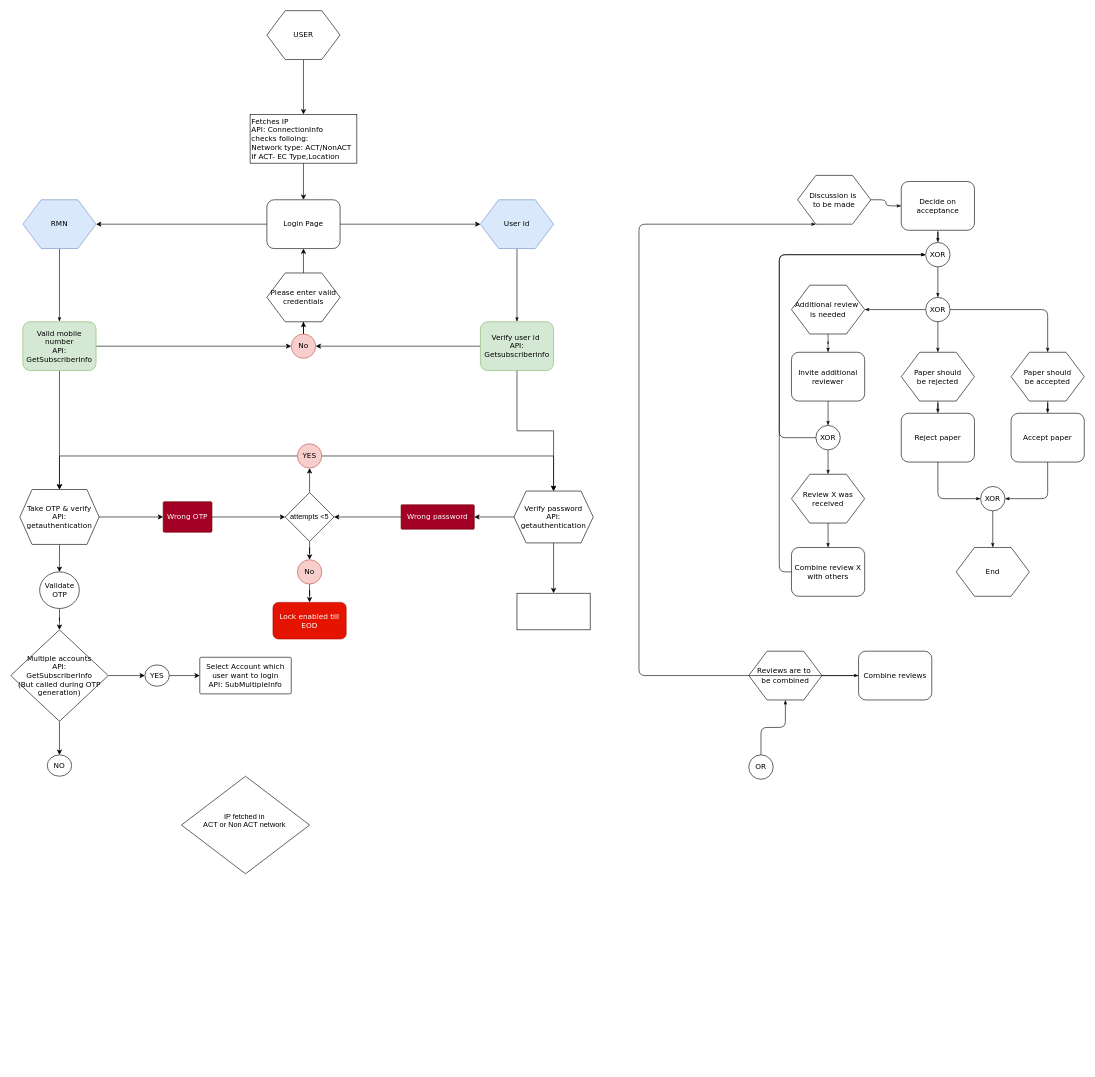
Above: Untitled Diagram.drawio in jkssuryarao/draw.io (draw.io), before the change. Source tidied: cells renumbered, new cells numbered last; positions are measured from the earlier drawing's top-left corner, leaving out a move shared by most shapes. Both pictures are drawn from the tidied source at 61%, with x=0, y=0 at pixel (10, 10).
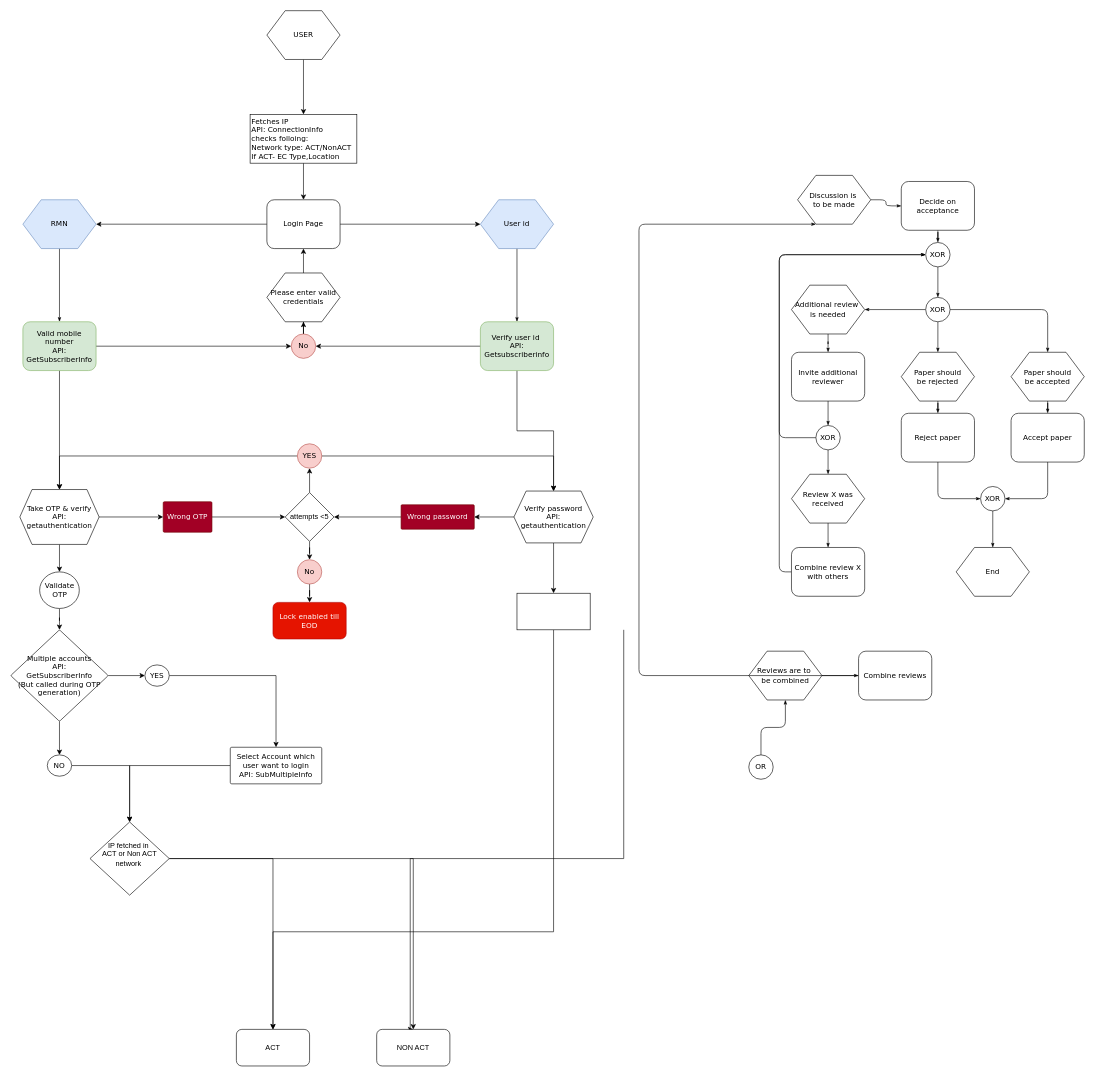
After the change.

The change refers to these unchanged cells:
```xml
<mxCell id="88" style="whiteSpace=wrap;html=1;" parent="1" vertex="1">
  <mxGeometry x="830" y="955" width="120" height="60" as="geometry" />
</mxCell>
<mxCell id="89" value="NO" style="ellipse;whiteSpace=wrap;html=1;fontFamily=Verdana;rounded=1;shadow=0;labelBackgroundColor=none;strokeWidth=1;arcSize=4;" parent="1" vertex="1">
  <mxGeometry x="60" y="1220" width="40" height="35" as="geometry" />
</mxCell>
```

What changed in the source:
```diff
@@
+    <mxCell id="91" style="edgeStyle=orthogonalEdgeStyle;rounded=0;jettySize=auto;html=1;entryX=0.5;entryY=0;entryDx=0;entryDy=0;" parent="1" edge="1" source="77" target="90">
+      <mxGeometry relative="1" as="geometry" />
+    </mxCell>
     <mxCell id="77" value="Select Account which user want to login&lt;br&gt;API: SubMultipleInfo" style="whiteSpace=wrap;html=1;fontFamily=Verdana;rounded=1;shadow=0;labelBackgroundColor=none;strokeWidth=1;arcSize=4;" parent="1" vertex="1">
-      <mxGeometry x="310" y="1060" width="150" height="60" as="geometry" />
+      <mxGeometry x="360" y="1207.5" width="150" height="60" as="geometry" />
     </mxCell>
@@
+    <mxCell id="92" style="edgeStyle=orthogonalEdgeStyle;rounded=0;jettySize=auto;html=1;entryX=0.5;entryY=0;entryDx=0;entryDy=0;" parent="1" edge="1" source="88" target="97">
+      <mxGeometry relative="1" as="geometry">
+        <Array as="points">
+          <mxPoint x="890" y="1510" />
+          <mxPoint x="430" y="1510" />
+        </Array>
+      </mxGeometry>
+    </mxCell>
+    <mxCell id="93" style="edgeStyle=orthogonalEdgeStyle;rounded=0;jettySize=auto;html=1;entryX=0.5;entryY=0;entryDx=0;entryDy=0;" parent="1" edge="1" target="98">
+      <mxGeometry relative="1" as="geometry">
+        <mxPoint x="1005" y="1015" as="sourcePoint" />
+        <Array as="points">
+          <mxPoint x="1005" y="1390" />
+          <mxPoint x="655" y="1390" />
+          <mxPoint x="655" y="1670" />
+        </Array>
+      </mxGeometry>
+    </mxCell>
@@
+    <mxCell id="94" style="edgeStyle=orthogonalEdgeStyle;rounded=0;jettySize=auto;html=1;entryX=0.5;entryY=0;entryDx=0;entryDy=0;" parent="1" edge="1" source="89" target="90">
+      <mxGeometry relative="1" as="geometry" />
+    </mxCell>
@@
+    <mxCell id="95" style="edgeStyle=orthogonalEdgeStyle;rounded=0;jettySize=auto;html=1;entryX=0.5;entryY=0;entryDx=0;entryDy=0;" parent="1" edge="1" source="90" target="97">
+      <mxGeometry relative="1" as="geometry" />
+    </mxCell>
+    <mxCell id="96" style="edgeStyle=orthogonalEdgeStyle;rounded=0;jettySize=auto;html=1;entryX=0.5;entryY=0;entryDx=0;entryDy=0;" parent="1" edge="1" source="90" target="98">
+      <mxGeometry relative="1" as="geometry" />
+    </mxCell>
-    <mxCell id="90" value="IP fetched in&amp;nbsp;&lt;div&gt;ACT or Non ACT network&amp;nbsp;&lt;/div&gt;&lt;div&gt;&lt;br&gt;&lt;/div&gt;" style="rhombus;whiteSpace=wrap;html=1;" parent="1" vertex="1">
-      <mxGeometry x="280" y="1255" width="210" height="160" as="geometry" />
+    <mxCell id="90" value="&lt;div style=&quot;&quot;&gt;&lt;span style=&quot;background-color: initial;&quot;&gt;IP fetched in&amp;nbsp;&lt;/span&gt;&lt;/div&gt;&lt;div style=&quot;&quot;&gt;ACT or Non ACT network&amp;nbsp;&lt;/div&gt;&lt;div style=&quot;&quot;&gt;&lt;br&gt;&lt;/div&gt;" style="rhombus;whiteSpace=wrap;html=1;align=center;" parent="1" vertex="1">
+      <mxGeometry x="130" y="1330" width="130" height="120" as="geometry" />
     </mxCell>
+    <mxCell id="97" value="ACT" style="rounded=1;whiteSpace=wrap;html=1;" parent="1" vertex="1">
+      <mxGeometry x="370" y="1670" width="120" height="60" as="geometry" />
+    </mxCell>
+    <mxCell id="98" value="NON ACT" style="rounded=1;whiteSpace=wrap;html=1;" parent="1" vertex="1">
+      <mxGeometry x="600" y="1670" width="120" height="60" as="geometry" />
+    </mxCell>
```
